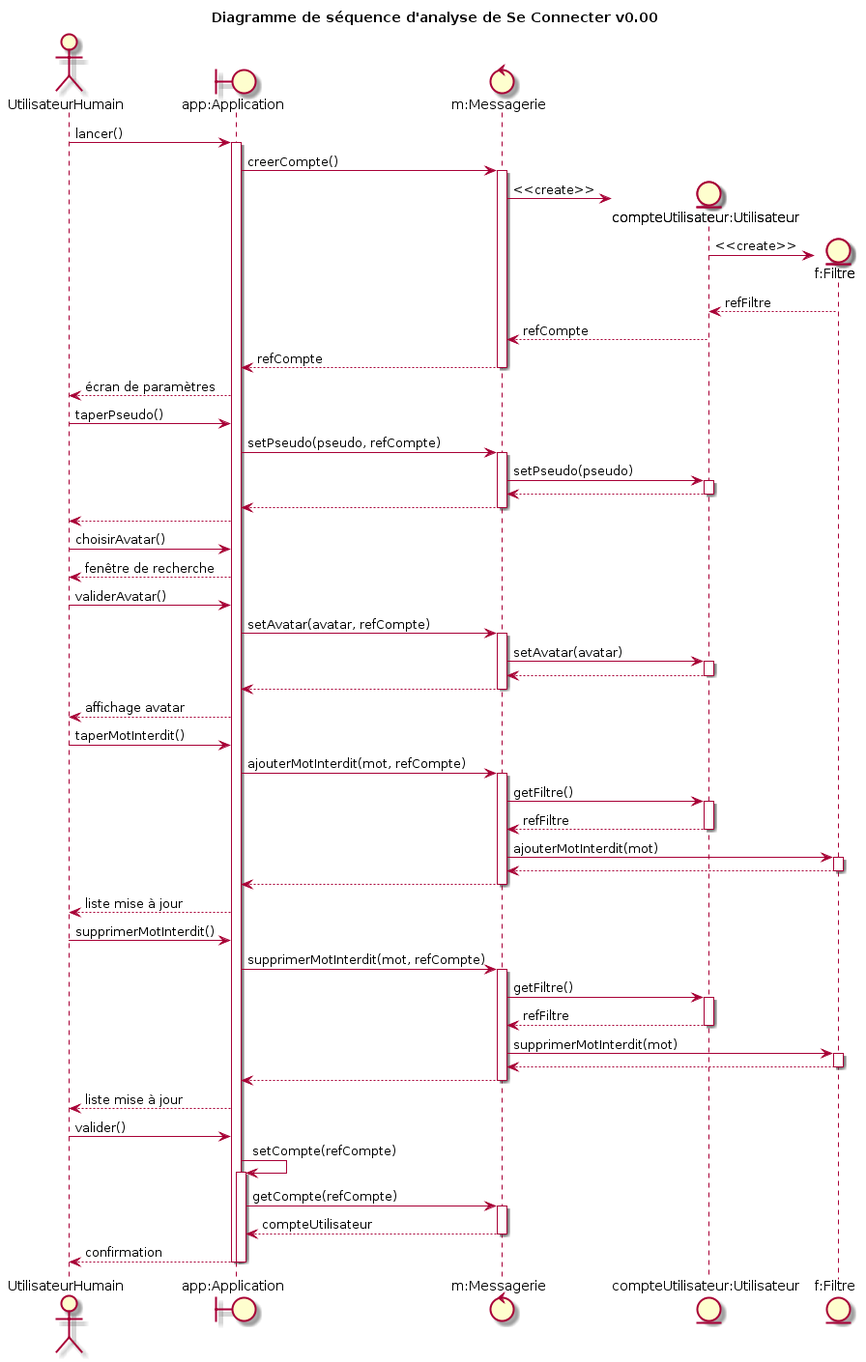
Earlier version of the PlantUML export DC/diagrammes/dsa-connexion.png (gdarchen/WhatsASI).
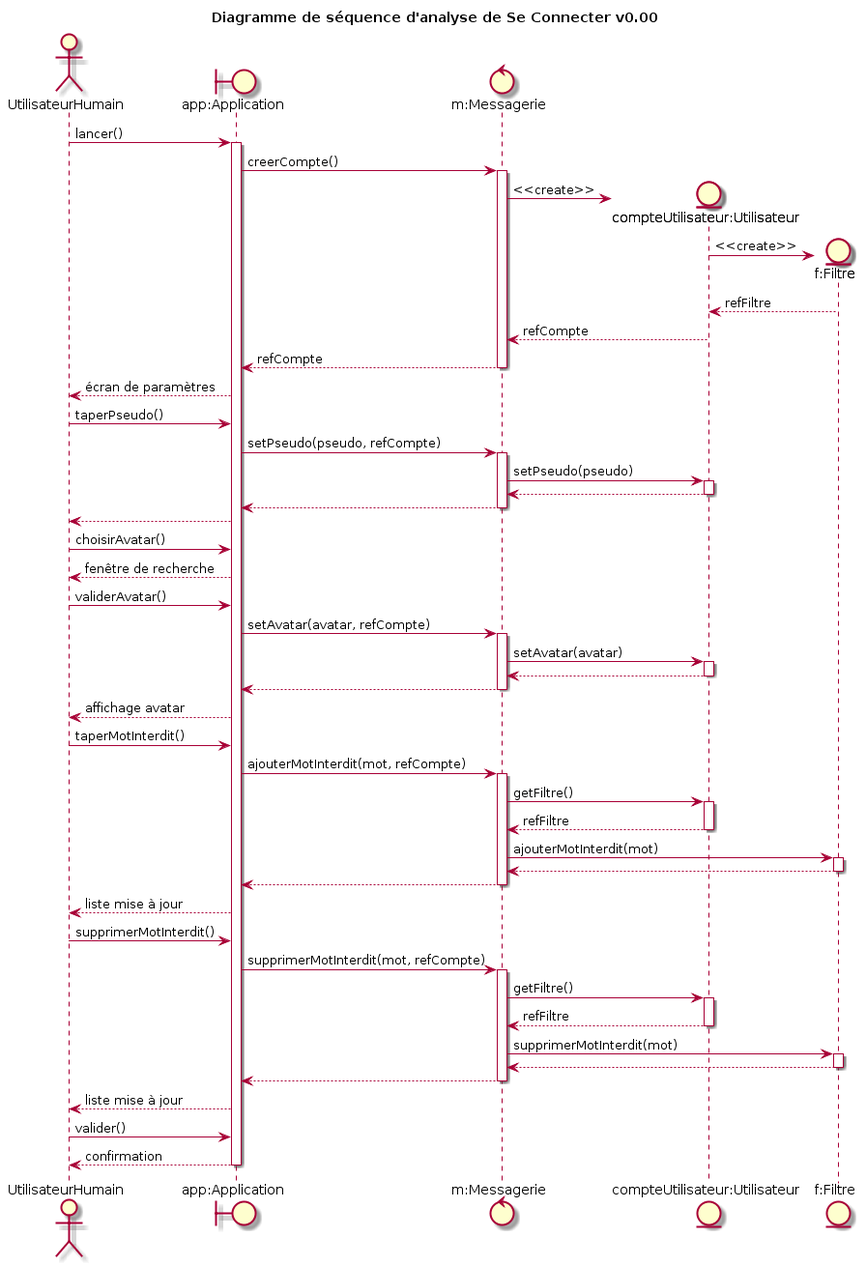
After the commit.

What changed in the source:
```diff
@@ -74,12 +74,6 @@
 H <-- A : liste mise à jour
 
 H -> A : valider()
-    A -> A : setCompte(refCompte)
-activate A
-    A -> M : getCompte(refCompte)
-    activate M
-    A <-- M : compteUtilisateur
-    deactivate M
 H <-- A : confirmation
 deactivate A
 deactivate A
```
